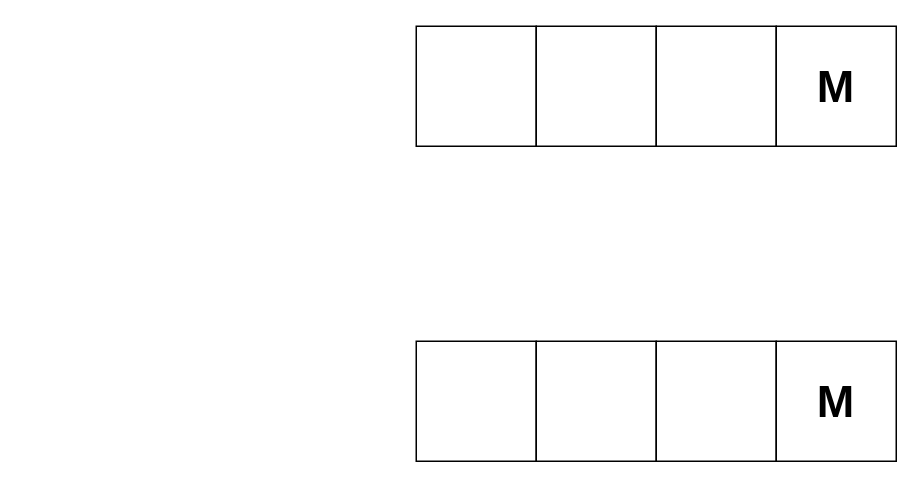
Above: draw/Untitled Diagram.drawio in ainaraslan/test (draw.io), before the change. Source tidied: cells renumbered, new cells numbered last; positions are measured from the earlier drawing's top-left corner, leaving out a move shared by most shapes. Both pictures are drawn from the tidied source at 150%, with x=0, y=0 at pixel (416, 26).
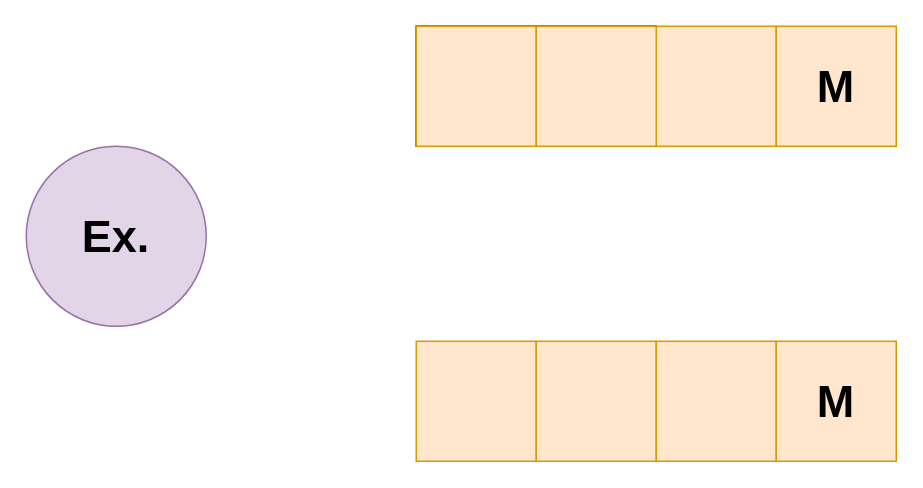
The same diagram, later.

Diff of the diagram source:
```diff
@@
 <mxGraphModel>
   <root>
     <mxCell id="0" />
     <mxCell id="1" parent="0" />
     <mxCell id="2" style="whiteSpace=wrap;html=1;" parent="1" vertex="1">
       <mxGeometry width="80" height="80" as="geometry" />
     </mxCell>
     <mxCell id="3" style="whiteSpace=wrap;html=1;" parent="1" vertex="1">
       <mxGeometry x="80" width="80" height="80" as="geometry" />
     </mxCell>
-    <mxCell id="4" style="whiteSpace=wrap;html=1;" parent="1" vertex="1">
+    <mxCell id="4" style="whiteSpace=wrap;html=1;fillColor=#ffe6cc;strokeColor=#d79b00;" parent="1" vertex="1">
       <mxGeometry x="160" width="80" height="80" as="geometry" />
     </mxCell>
-    <mxCell id="5" value="&lt;font style=&quot;font-size: 30px&quot;&gt;&lt;b&gt;M&lt;/b&gt;&lt;/font&gt;" style="whiteSpace=wrap;html=1;" parent="1" vertex="1">
+    <mxCell id="5" value="&lt;font style=&quot;font-size: 30px&quot;&gt;&lt;b&gt;M&lt;/b&gt;&lt;/font&gt;" style="whiteSpace=wrap;html=1;fillColor=#ffe6cc;strokeColor=#d79b00;" parent="1" vertex="1">
       <mxGeometry x="240" width="80" height="80" as="geometry" />
     </mxCell>
-    <mxCell id="6" style="whiteSpace=wrap;html=1;" parent="1" vertex="1">
+    <mxCell id="6" style="whiteSpace=wrap;html=1;fillColor=#ffe6cc;strokeColor=#d79b00;" parent="1" vertex="1">
       <mxGeometry y="210" width="80" height="80" as="geometry" />
     </mxCell>
-    <mxCell id="7" style="whiteSpace=wrap;html=1;" parent="1" vertex="1">
+    <mxCell id="7" style="whiteSpace=wrap;html=1;fillColor=#ffe6cc;strokeColor=#d79b00;" parent="1" vertex="1">
       <mxGeometry x="80" y="210" width="80" height="80" as="geometry" />
     </mxCell>
-    <mxCell id="8" style="whiteSpace=wrap;html=1;" parent="1" vertex="1">
+    <mxCell id="8" style="whiteSpace=wrap;html=1;fillColor=#ffe6cc;strokeColor=#d79b00;" parent="1" vertex="1">
       <mxGeometry x="160" y="210" width="80" height="80" as="geometry" />
     </mxCell>
-    <mxCell id="9" value="&lt;font style=&quot;font-size: 30px&quot;&gt;&lt;b&gt;M&lt;/b&gt;&lt;/font&gt;" style="whiteSpace=wrap;html=1;" parent="1" vertex="1">
+    <mxCell id="9" value="&lt;font style=&quot;font-size: 30px&quot;&gt;&lt;b&gt;M&lt;/b&gt;&lt;/font&gt;" style="whiteSpace=wrap;html=1;fillColor=#ffe6cc;strokeColor=#d79b00;" parent="1" vertex="1">
       <mxGeometry x="240" y="210" width="80" height="80" as="geometry" />
     </mxCell>
+    <mxCell id="10" value="&lt;font style=&quot;font-size: 30px&quot;&gt;&lt;b&gt;Ex.&lt;/b&gt;&lt;/font&gt;" style="ellipse;whiteSpace=wrap;html=1;fillColor=#e1d5e7;strokeColor=#9673a6;" parent="1" vertex="1">
+      <mxGeometry x="-260" y="80" width="120" height="120" as="geometry" />
+    </mxCell>
+    <mxCell id="11" style="whiteSpace=wrap;html=1;fillColor=#ffe6cc;strokeColor=#d79b00;" parent="1" vertex="1">
+      <mxGeometry width="80" height="80" as="geometry" />
+    </mxCell>
+    <mxCell id="12" style="whiteSpace=wrap;html=1;fillColor=#ffe6cc;strokeColor=#d79b00;" parent="1" vertex="1">
+      <mxGeometry x="80" width="80" height="80" as="geometry" />
+    </mxCell>
   </root>
 </mxGraphModel>
```
